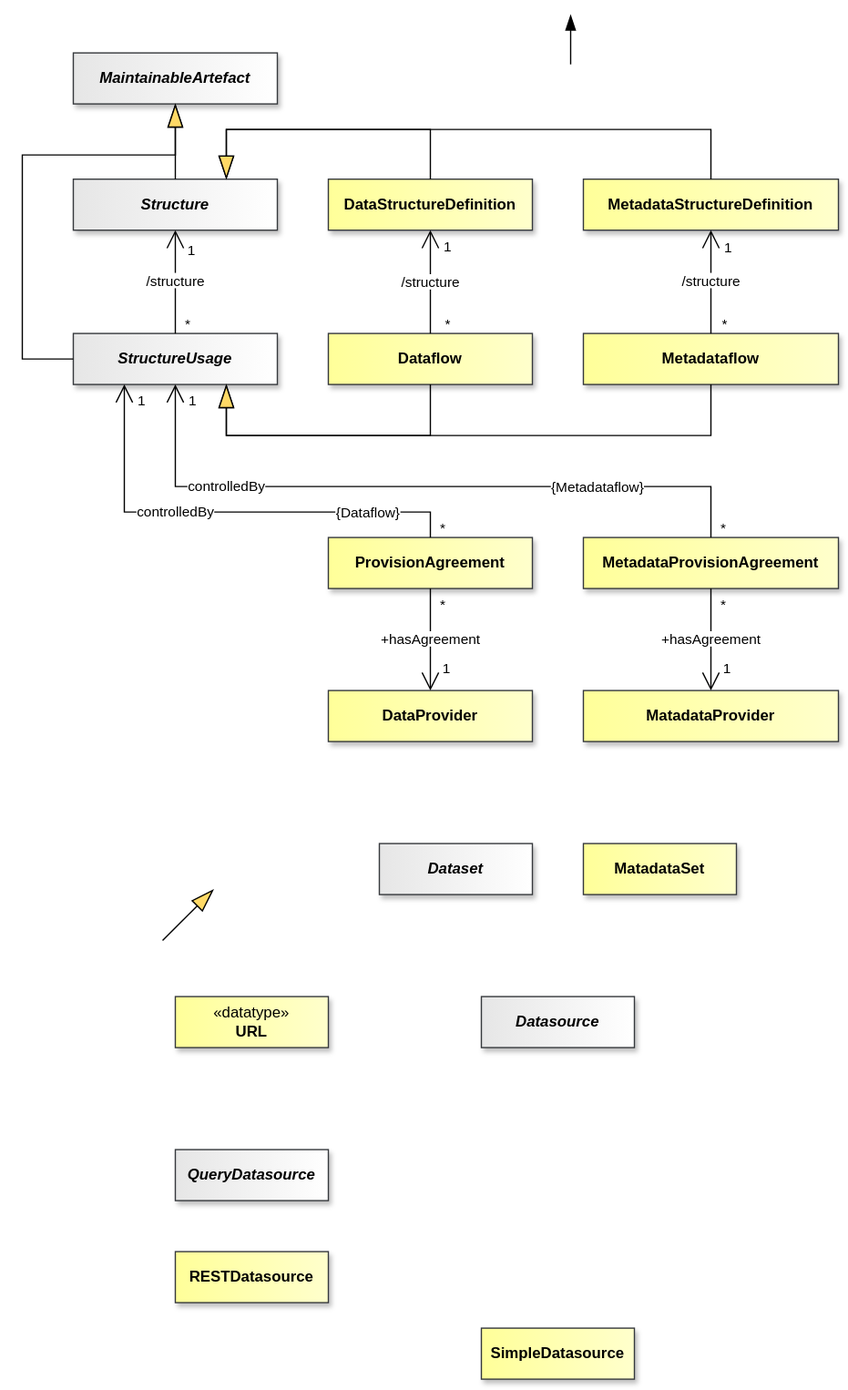
Before: docs/information_model/media/sdmx_registry-dataprovisioning.svg, a diagram exported from draw.io (sdmx-twg/sdmx-im). Source tidied: cells renumbered, new cells last; positions are measured from the earlier drawing's top-left corner, leaving out a move shared by most shapes.
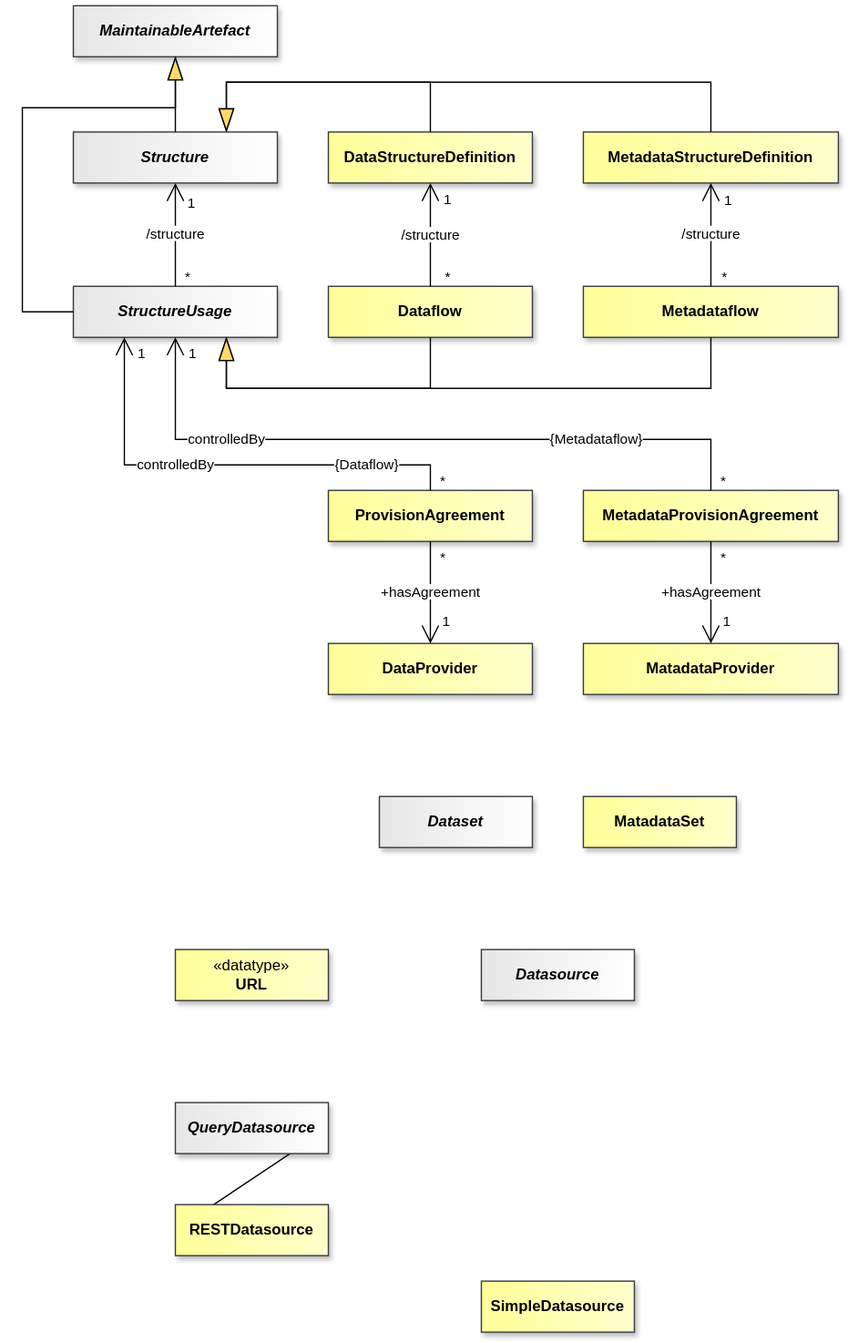
The same file after the commit.

Change to the diagram source:
```diff
@@ -207,12 +207,6 @@
     <mxCell id="68" value="MaintainableArtefact" style="whiteSpace=wrap;html=1;verticalAlign=middle;gradientDirection=east;imageVerticalAlign=top;fontStyle=3;fillColor=light-dark(#E6E6E6,#E6E6E6);strokeColor=#36393d;fontColor=light-dark(#000000,#000000);gradientColor=light-dark(#FFFFFF,#FFFFFF);shadow=1;" parent="1" vertex="1">
       <mxGeometry x="40" y="30" width="160" height="40" as="geometry" />
     </mxCell>
-    <mxCell id="69" style="endArrow=blockThin;endSize=10;endFill=1;html=1;rounded=0;startFill=0;endFillColor=light-dark(#000000,#FFFFFF);strokeColor=light-dark(#000000,#FFFFFF);startFillColor=light-dark(#000000,#FFFFFF);labelBackgroundColor=none;labelBorderColor=light-dark(#000000,#FFFFFF);" parent="1" edge="1">
-      <mxGeometry x="-0.72" relative="1" as="geometry">
-        <mxPoint x="430" y="39" as="sourcePoint" />
-        <mxPoint x="430" as="targetPoint" />
-      </mxGeometry>
-    </mxCell>
     <mxCell id="70" style="endArrow=blockThin;endSize=16;endFill=1;html=1;rounded=0;entryX=0.5;entryY=1;entryDx=0;entryDy=0;startFill=0;endFillColor=light-dark(#FFD966,#FFD966);strokeColor=light-dark(#000000,#FFFFFF);startFillColor=light-dark(#000000,#FFFFFF);labelBackgroundColor=none;labelBorderColor=light-dark(#000000,#FFFFFF);exitX=0;exitY=0.5;exitDx=0;exitDy=0;" parent="1" edge="1" source="57" target="68">
       <mxGeometry x="-0.48" relative="1" as="geometry">
         <Array as="points">
@@ -234,11 +228,8 @@
     <mxCell id="74" value="Dataset" style="whiteSpace=wrap;html=1;verticalAlign=middle;gradientDirection=east;imageVerticalAlign=top;fontStyle=3;fillColor=light-dark(#E6E6E6,#E6E6E6);strokeColor=#36393d;fontColor=light-dark(#000000,#000000);gradientColor=light-dark(#FFFFFF,#FFFFFF);shadow=1;" parent="1" vertex="1">
       <mxGeometry x="280" y="650" width="120" height="40" as="geometry" />
     </mxCell>
-    <mxCell id="75" style="endArrow=blockThin;endSize=16;endFill=1;html=1;rounded=0;entryX=0.5;entryY=1;entryDx=0;entryDy=0;startFill=0;endFillColor=light-dark(#FFD966,#FFD966);strokeColor=light-dark(#000000,#FFFFFF);startFillColor=light-dark(#000000,#FFFFFF);labelBackgroundColor=none;labelBorderColor=light-dark(#000000,#FFFFFF);" parent="1" edge="1">
-      <mxGeometry x="-0.4" relative="1" as="geometry">
-        <mxPoint x="110" y="726" as="sourcePoint" />
-        <mxPoint x="150" y="686" as="targetPoint" />
-      </mxGeometry>
+    <mxCell id="75" style="endArrow=blockThin;endSize=16;endFill=1;html=1;rounded=0;entryX=1;entryY=0.5;entryDx=0;entryDy=0;startFill=0;endFillColor=light-dark(#FFD966,#FFD966);strokeColor=light-dark(#000000,#FFFFFF);startFillColor=light-dark(#000000,#FFFFFF);labelBackgroundColor=none;labelBorderColor=light-dark(#000000,#FFFFFF);exitX=0;exitY=0.5;exitDx=0;exitDy=0;" parent="1" edge="1" source="103" target="102">
+      <mxGeometry x="-0.4" relative="1" as="geometry" />
     </mxCell>
     <mxCell id="76" style="endArrow=blockThin;endSize=16;endFill=1;html=1;rounded=0;entryX=0.5;entryY=1;entryDx=0;entryDy=0;startFill=0;endFillColor=light-dark(#FFD966,#FFD966);strokeColor=light-dark(#000000,#FFFFFF);startFillColor=light-dark(#000000,#FFFFFF);labelBackgroundColor=none;labelBorderColor=light-dark(#000000,#FFFFFF);exitX=0.5;exitY=0;exitDx=0;exitDy=0;" parent="1" edge="1" source="61" target="68">
       <mxGeometry x="-0.78" relative="1" as="geometry" />
```
